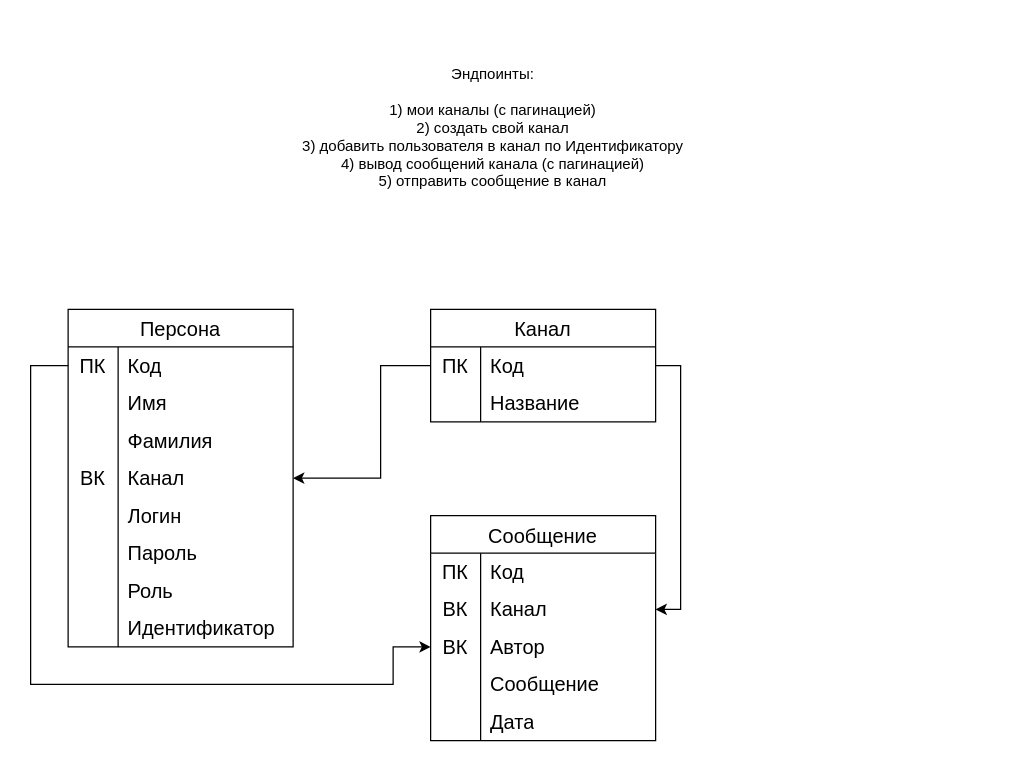
AbominablePutridity/JCoreMessenger keeps this draw.io diagram as docs/database/Диаграмма без названия.drawio. Above is the earlier version. Source tidied: cells renumbered, new cells numbered last; positions are measured from the earlier drawing's top-left corner, leaving out a move shared by most shapes. Both pictures are drawn from the tidied source at 125%, with x=0, y=0 at pixel (30, 21).
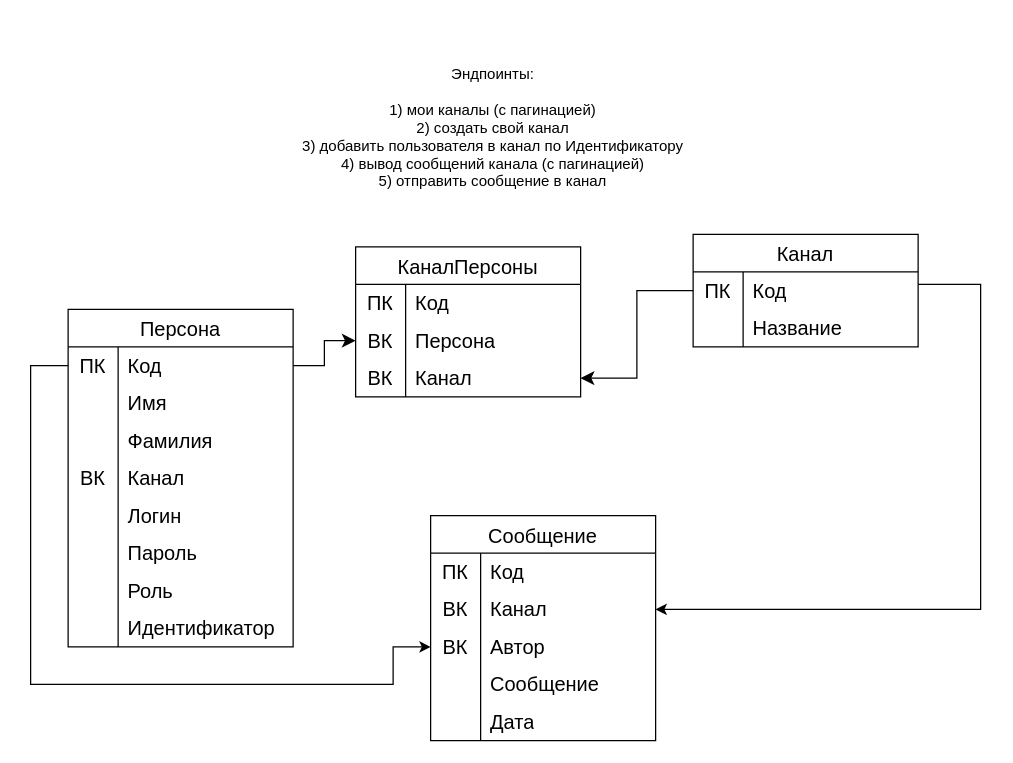
Above is the later version.

Unchanged cells that the change refers to:
```xml
<mxCell id="3" style="shape=tableRow;horizontal=0;startSize=0;swimlaneHead=0;swimlaneBody=0;top=0;left=0;bottom=0;right=0;fillColor=none;points=[[0,0.5],[1,0.5]];portConstraint=eastwest;strokeColor=inherit;fontSize=16;" parent="2" vertex="1">
  <mxGeometry y="30" width="180" height="30" as="geometry" />
</mxCell>
<mxCell id="12" style="shape=tableRow;horizontal=0;startSize=0;swimlaneHead=0;swimlaneBody=0;top=0;left=0;bottom=0;right=0;fillColor=none;points=[[0,0.5],[1,0.5]];portConstraint=eastwest;strokeColor=inherit;fontSize=16;" parent="2" vertex="1">
  <mxGeometry y="120" width="180" height="30" as="geometry" />
</mxCell>
<mxCell id="29" style="shape=tableRow;horizontal=0;startSize=0;swimlaneHead=0;swimlaneBody=0;top=0;left=0;bottom=0;right=0;fillColor=none;points=[[0,0.5],[1,0.5]];portConstraint=eastwest;strokeColor=inherit;fontSize=16;" parent="28" vertex="1">
  <mxGeometry y="30" width="180" height="30" as="geometry" />
</mxCell>
<mxCell id="39" style="shape=tableRow;horizontal=0;startSize=0;swimlaneHead=0;swimlaneBody=0;top=0;left=0;bottom=0;right=0;fillColor=none;points=[[0,0.5],[1,0.5]];portConstraint=eastwest;strokeColor=inherit;fontSize=16;" parent="35" vertex="1">
  <mxGeometry y="60" width="180" height="30" as="geometry" />
</mxCell>
```

The edit, as a diff of the source:
```diff
@@
-    <mxCell id="27" style="edgeStyle=orthogonalEdgeStyle;rounded=0;jettySize=auto;html=1;" parent="1" edge="1" source="28" target="12">
-      <mxGeometry relative="1" as="geometry">
-        <Array as="points">
-          <mxPoint x="280" y="275" />
-          <mxPoint x="280" y="365" />
-        </Array>
-      </mxGeometry>
-    </mxCell>
     <mxCell id="28" value="Канал" style="shape=table;startSize=30;childLayout=tableLayout;rowLines=0;fontStyle=0;strokeColor=default;fontSize=16;" parent="1" vertex="1">
-      <mxGeometry x="320" y="230" width="180" height="90" as="geometry" />
+      <mxGeometry x="530" y="170" width="180" height="90" as="geometry" />
     </mxCell>
@@
     <mxCell id="52" style="edgeStyle=orthogonalEdgeStyle;rounded=0;jettySize=auto;html=1;" parent="1" edge="1" source="29" target="39">
       <mxGeometry relative="1" as="geometry">
         <Array as="points">
-          <mxPoint x="520" y="275" />
-          <mxPoint x="520" y="470" />
+          <mxPoint x="760" y="210" />
+          <mxPoint x="760" y="470" />
         </Array>
       </mxGeometry>
     </mxCell>
@@
+    <mxCell id="54" value="КаналПерсоны" style="shape=table;startSize=30;childLayout=tableLayout;rowLines=0;fontStyle=0;strokeColor=default;fontSize=16;" parent="1" vertex="1">
+      <mxGeometry x="260" y="180" width="180" height="120" as="geometry" />
+    </mxCell>
+    <mxCell id="55" style="shape=tableRow;horizontal=0;startSize=0;swimlaneHead=0;swimlaneBody=0;top=0;left=0;bottom=0;right=0;fillColor=none;strokeColor=inherit;fontSize=16;" parent="54" vertex="1">
+      <mxGeometry y="30" width="180" height="30" as="geometry" />
+    </mxCell>
+    <mxCell id="56" value="ПК" style="shape=partialRectangle;html=1;whiteSpace=wrap;fillColor=none;top=0;left=0;bottom=0;right=0;overflow=hidden;strokeColor=inherit;fontSize=16;" parent="55" vertex="1">
+      <mxGeometry width="40" height="30" as="geometry" />
+    </mxCell>
+    <mxCell id="57" value="Код" style="shape=partialRectangle;html=1;whiteSpace=wrap;fillColor=none;top=0;left=0;bottom=0;right=0;align=left;spacingLeft=6;overflow=hidden;strokeColor=inherit;fontSize=16;" parent="55" vertex="1">
+      <mxGeometry x="40" width="140" height="30" as="geometry" />
+    </mxCell>
+    <mxCell id="58" style="shape=tableRow;horizontal=0;startSize=0;swimlaneHead=0;swimlaneBody=0;top=0;left=0;bottom=0;right=0;fillColor=none;points=[[0,0.5],[1,0.5]];portConstraint=eastwest;strokeColor=inherit;fontSize=16;" parent="54" vertex="1">
+      <mxGeometry y="60" width="180" height="30" as="geometry" />
+    </mxCell>
+    <mxCell id="59" value="ВК" style="shape=partialRectangle;html=1;whiteSpace=wrap;fillColor=none;top=0;left=0;bottom=0;right=0;overflow=hidden;strokeColor=inherit;fontSize=16;" parent="58" vertex="1">
+      <mxGeometry width="40" height="30" as="geometry" />
+    </mxCell>
+    <mxCell id="60" value="Персона" style="shape=partialRectangle;html=1;whiteSpace=wrap;fillColor=none;top=0;left=0;bottom=0;right=0;align=left;spacingLeft=6;overflow=hidden;strokeColor=inherit;fontSize=16;" parent="58" vertex="1">
+      <mxGeometry x="40" width="140" height="30" as="geometry" />
+    </mxCell>
+    <mxCell id="61" style="shape=tableRow;horizontal=0;startSize=0;swimlaneHead=0;swimlaneBody=0;top=0;left=0;bottom=0;right=0;fillColor=none;points=[[0,0.5],[1,0.5]];portConstraint=eastwest;strokeColor=inherit;fontSize=16;" parent="54" vertex="1">
+      <mxGeometry y="90" width="180" height="30" as="geometry" />
+    </mxCell>
+    <mxCell id="62" value="ВК" style="shape=partialRectangle;html=1;whiteSpace=wrap;fillColor=none;top=0;left=0;bottom=0;right=0;overflow=hidden;strokeColor=inherit;fontSize=16;" parent="61" vertex="1">
+      <mxGeometry width="40" height="30" as="geometry" />
+    </mxCell>
+    <mxCell id="63" value="Канал" style="shape=partialRectangle;html=1;whiteSpace=wrap;fillColor=none;top=0;left=0;bottom=0;right=0;align=left;spacingLeft=6;overflow=hidden;strokeColor=inherit;fontSize=16;" parent="61" vertex="1">
+      <mxGeometry x="40" width="140" height="30" as="geometry" />
+    </mxCell>
+    <mxCell id="64" style="edgeStyle=orthogonalEdgeStyle;rounded=0;jettySize=auto;html=1;fontSize=12;startSize=8;endSize=8;" parent="1" edge="1" source="3" target="58">
+      <mxGeometry relative="1" as="geometry" />
+    </mxCell>
+    <mxCell id="65" style="edgeStyle=orthogonalEdgeStyle;rounded=0;jettySize=auto;html=1;entryX=1;entryY=0.5;entryDx=0;entryDy=0;fontSize=12;startSize=8;endSize=8;" parent="1" edge="1" source="29" target="61">
+      <mxGeometry relative="1" as="geometry" />
+    </mxCell>
```
